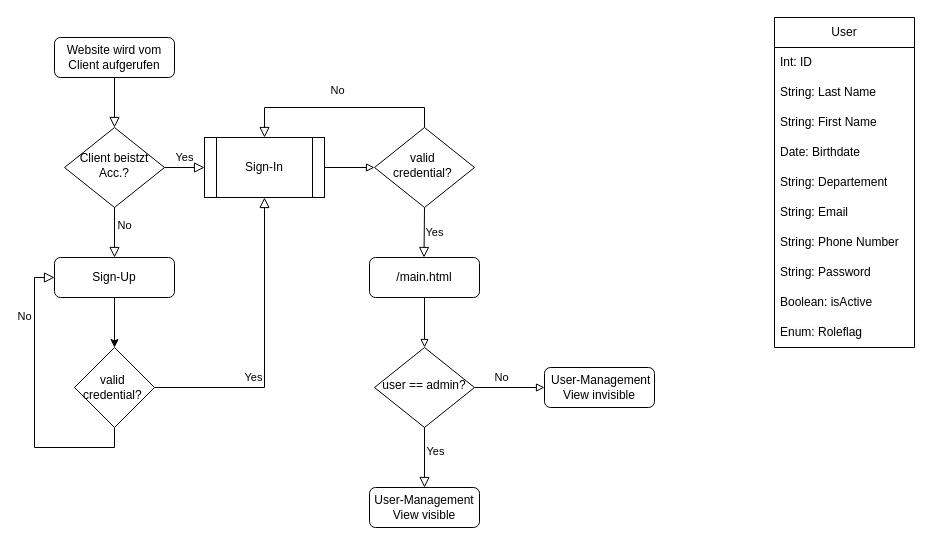
This is Unbenanntes Diagramm.drawio from Cervisiomatisch/SpringBoot_UserManagement, a draw.io file, before an edit. Source tidied: cells renumbered, new cells numbered last; positions are measured from the earlier drawing's top-left corner, leaving out a move shared by most shapes. Both pictures are drawn from the tidied source at 100%, with x=0, y=0 at pixel (54, 17).
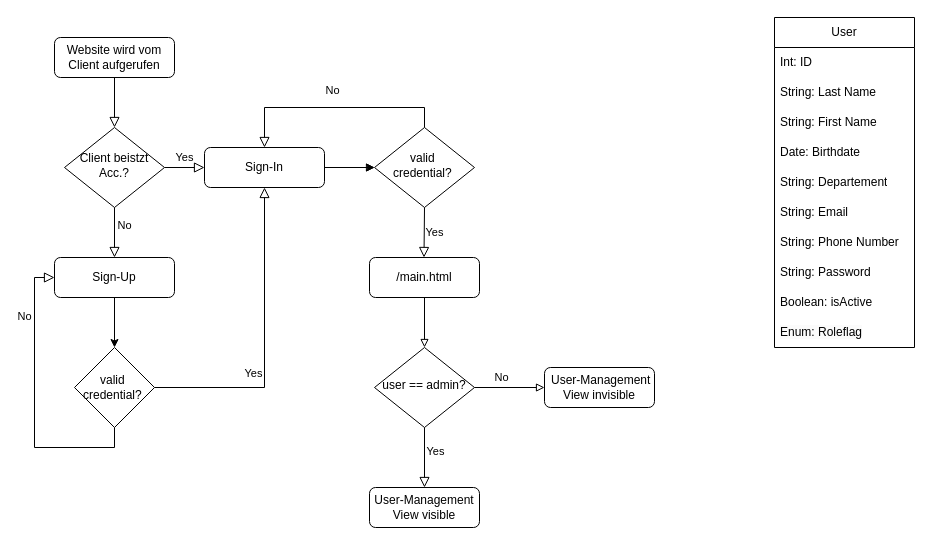
The same diagram, later.

Unchanged cells that the change refers to:
```xml
<mxCell id="9" value="valid&amp;nbsp;&lt;div&gt;credential?&lt;span style=&quot;background-color: initial;&quot;&gt;&amp;nbsp;&lt;/span&gt;&lt;/div&gt;" style="rhombus;whiteSpace=wrap;html=1;shadow=0;fontFamily=Helvetica;fontSize=12;align=center;strokeWidth=1;spacing=6;spacingTop=-4;" parent="1" vertex="1">
  <mxGeometry x="320" y="110" width="100" height="80" as="geometry" />
</mxCell>
```

What changed in the source:
```diff
@@
-    <mxCell id="10" style="endArrow=block;html=1;rounded=0;endFill=0;exitX=1;exitY=0.5;exitDx=0;exitDy=0;entryX=0;entryY=0.5;entryDx=0;entryDy=0;" parent="1" edge="1" source="20" target="9">
-      <mxGeometry relative="1" as="geometry" />
+    <mxCell id="10" style="endArrow=block;html=1;rounded=0;endFill=0;exitX=1;exitY=0.5;exitDx=0;exitDy=0;entryX=0;entryY=0.5;entryDx=0;entryDy=0;" parent="1" edge="1" target="9">
+      <mxGeometry relative="1" as="geometry">
+        <mxPoint x="270" y="150" as="sourcePoint" />
+      </mxGeometry>
     </mxCell>
@@
-    <mxCell id="20" value="Sign-In" style="shape=process;whiteSpace=wrap;html=1;backgroundOutline=1;" parent="1" vertex="1">
-      <mxGeometry x="150" y="120" width="120" height="60" as="geometry" />
-    </mxCell>
@@
+    <mxCell id="35" style="edgeStyle=orthogonalEdgeStyle;rounded=0;jettySize=auto;html=1;exitX=1;exitY=0.5;exitDx=0;exitDy=0;" parent="1" edge="1" source="20" target="9">
+      <mxGeometry relative="1" as="geometry" />
+    </mxCell>
+    <mxCell id="20" value="Sign-In" style="rounded=1;whiteSpace=wrap;html=1;fontSize=12;glass=0;strokeWidth=1;shadow=0;" parent="1" vertex="1">
+      <mxGeometry x="150" y="130" width="120" height="40" as="geometry" />
+    </mxCell>
```
